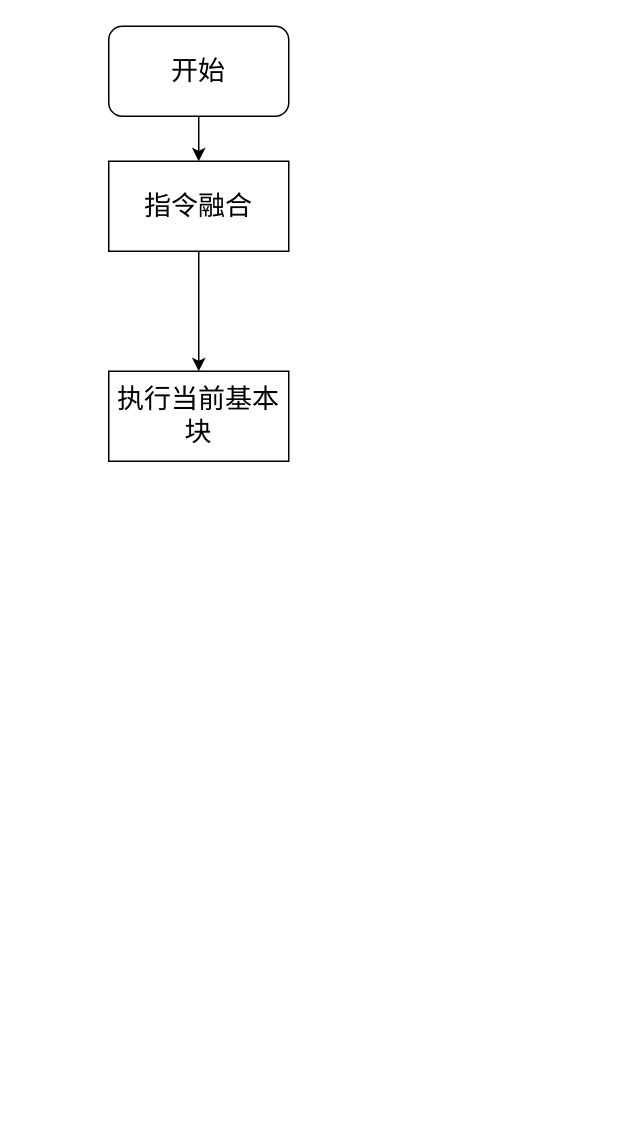
Earlier version of the draw.io diagram page "第 48 页" (47 of 47) of lajit.drawio (ganjue66da/ganjue66da). Source tidied: cells renumbered, new cells numbered last; positions are measured from the earlier drawing's top-left corner, leaving out a move shared by most shapes. Both pictures are drawn from the tidied source at 150%, with x=0, y=0 at pixel (108, 26).
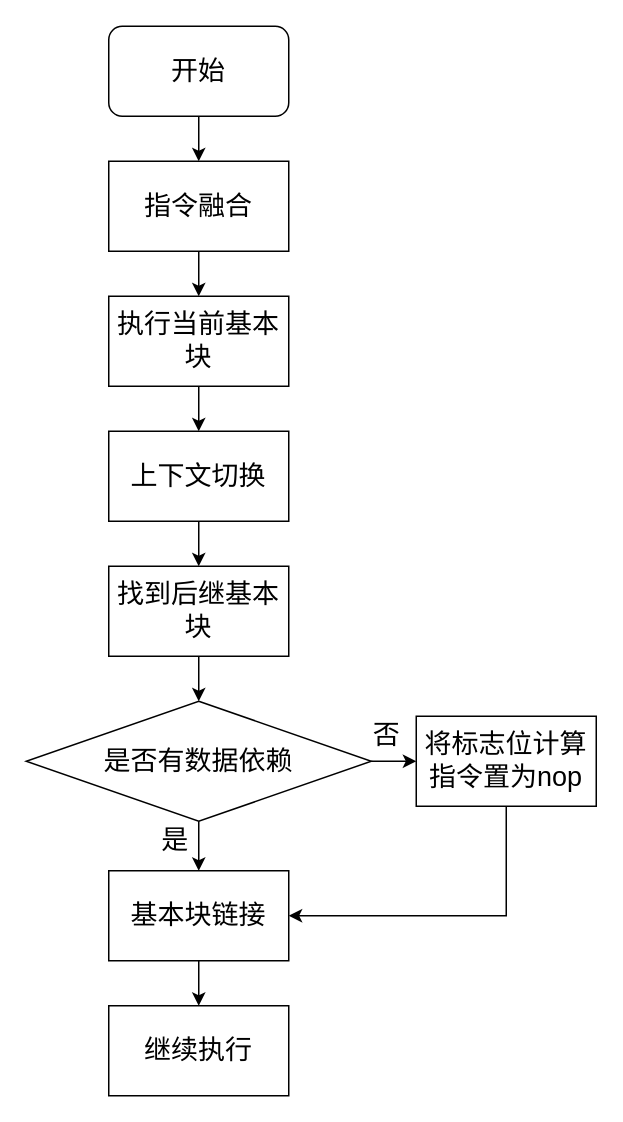
After the change.

What changed in the source:
```diff
@@
+    <mxCell id="7" style="edgeStyle=orthogonalEdgeStyle;rounded=0;jettySize=auto;html=1;" parent="1" edge="1" source="6" target="9">
+      <mxGeometry relative="1" as="geometry" />
+    </mxCell>
     <mxCell id="6" value="&lt;font style=&quot;font-size: 18px;&quot;&gt;执行当前基本块&lt;/font&gt;" style="rounded=0;whiteSpace=wrap;html=1;" parent="1" vertex="1">
-      <mxGeometry y="230" width="120" height="60" as="geometry" />
+      <mxGeometry y="180" width="120" height="60" as="geometry" />
     </mxCell>
+    <mxCell id="8" style="edgeStyle=orthogonalEdgeStyle;rounded=0;jettySize=auto;html=1;" parent="1" edge="1" source="9">
+      <mxGeometry relative="1" as="geometry">
+        <mxPoint x="60" y="360" as="targetPoint" />
+      </mxGeometry>
+    </mxCell>
+    <mxCell id="9" value="&lt;span style=&quot;font-size: 18px;&quot;&gt;上下文切换&lt;/span&gt;" style="rounded=0;whiteSpace=wrap;html=1;" parent="1" vertex="1">
+      <mxGeometry y="270" width="120" height="60" as="geometry" />
+    </mxCell>
+    <mxCell id="10" style="edgeStyle=orthogonalEdgeStyle;rounded=0;jettySize=auto;html=1;" parent="1" edge="1" source="11">
+      <mxGeometry relative="1" as="geometry">
+        <mxPoint x="60" y="653" as="targetPoint" />
+      </mxGeometry>
+    </mxCell>
+    <mxCell id="11" value="&lt;font style=&quot;font-size: 18px;&quot;&gt;基本块链接&lt;/font&gt;" style="rounded=0;whiteSpace=wrap;html=1;" parent="1" vertex="1">
+      <mxGeometry y="563" width="120" height="60" as="geometry" />
+    </mxCell>
+    <mxCell id="12" value="&lt;font style=&quot;font-size: 18px;&quot;&gt;继续执行&lt;/font&gt;" style="rounded=0;whiteSpace=wrap;html=1;" parent="1" vertex="1">
+      <mxGeometry y="653" width="120" height="60" as="geometry" />
+    </mxCell>
+    <mxCell id="13" style="edgeStyle=orthogonalEdgeStyle;rounded=0;jettySize=auto;html=1;exitX=0.5;exitY=1;exitDx=0;exitDy=0;entryX=0.5;entryY=0;entryDx=0;entryDy=0;" parent="1" edge="1" source="14" target="17">
+      <mxGeometry relative="1" as="geometry" />
+    </mxCell>
+    <mxCell id="14" value="&lt;font style=&quot;font-size: 18px;&quot;&gt;找到后继基本块&lt;/font&gt;" style="rounded=0;whiteSpace=wrap;html=1;" parent="1" vertex="1">
+      <mxGeometry y="360" width="120" height="60" as="geometry" />
+    </mxCell>
+    <mxCell id="15" style="edgeStyle=orthogonalEdgeStyle;rounded=0;jettySize=auto;html=1;" parent="1" edge="1" source="17">
+      <mxGeometry relative="1" as="geometry">
+        <mxPoint x="205" y="490" as="targetPoint" />
+      </mxGeometry>
+    </mxCell>
+    <mxCell id="16" style="edgeStyle=orthogonalEdgeStyle;rounded=0;jettySize=auto;html=1;exitX=0.5;exitY=1;exitDx=0;exitDy=0;entryX=0.5;entryY=0;entryDx=0;entryDy=0;" parent="1" edge="1" source="17">
+      <mxGeometry relative="1" as="geometry">
+        <mxPoint x="60" y="563" as="targetPoint" />
+      </mxGeometry>
+    </mxCell>
+    <mxCell id="17" value="是否有数据依赖" style="rhombus;whiteSpace=wrap;html=1;fontSize=18;fillColor=none;" parent="1" vertex="1">
+      <mxGeometry x="-55" y="450" width="230" height="80" as="geometry" />
+    </mxCell>
+    <mxCell id="18" value="&lt;font style=&quot;font-size: 18px;&quot;&gt;否&lt;/font&gt;" style="text;html=1;align=center;verticalAlign=middle;strokeColor=none;fillColor=none;" parent="1" vertex="1">
+      <mxGeometry x="165" y="453" width="40" height="40" as="geometry" />
+    </mxCell>
+    <mxCell id="19" style="edgeStyle=orthogonalEdgeStyle;rounded=0;jettySize=auto;html=1;exitX=0.5;exitY=1;exitDx=0;exitDy=0;entryX=1;entryY=0.5;entryDx=0;entryDy=0;" parent="1" edge="1" source="20" target="11">
+      <mxGeometry relative="1" as="geometry" />
+    </mxCell>
+    <mxCell id="20" value="将标志位计算指令置为nop" style="whiteSpace=wrap;html=1;fontSize=18;fillColor=none;" parent="1" vertex="1">
+      <mxGeometry x="205" y="460" width="120" height="60" as="geometry" />
+    </mxCell>
+    <mxCell id="21" value="&lt;font style=&quot;font-size: 18px;&quot;&gt;是&lt;/font&gt;" style="text;html=1;align=center;verticalAlign=middle;strokeColor=none;fillColor=none;" parent="1" vertex="1">
+      <mxGeometry x="24" y="523" width="40" height="40" as="geometry" />
+    </mxCell>
```
